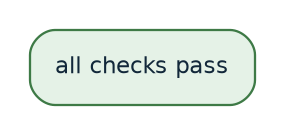
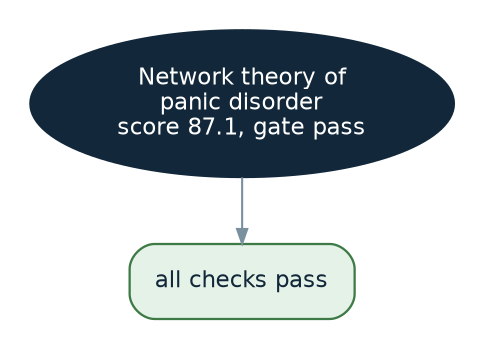
digraph development_roadmap {
  graph [rankdir=TB, bgcolor="transparent", fontname="Helvetica", fontsize=11, pad="0.2", nodesep="0.3", ranksep="0.45"];
  node [fontname="Helvetica", fontsize=11, shape=box, style="rounded,filled", color="#33567A", fillcolor="#F2F6F9", fontcolor="#12283A", penwidth=1.1, margin="0.16,0.1"];
  edge [fontname="Helvetica", fontsize=10, color="#7B909F", fontcolor="#0F6E6E", arrowsize=0.7];
+   "roadmap" [shape=ellipse, label="Network theory of\npanic disorder\nscore 87.1, gate pass", fillcolor="#12283A", color="#12283A", fontcolor="#FFFFFF"];
  "all_checks_pass" [label="all checks pass", fillcolor="#E5F2E7", color="#3E7A46"];
+   "roadmap" -> "all_checks_pass";
}
